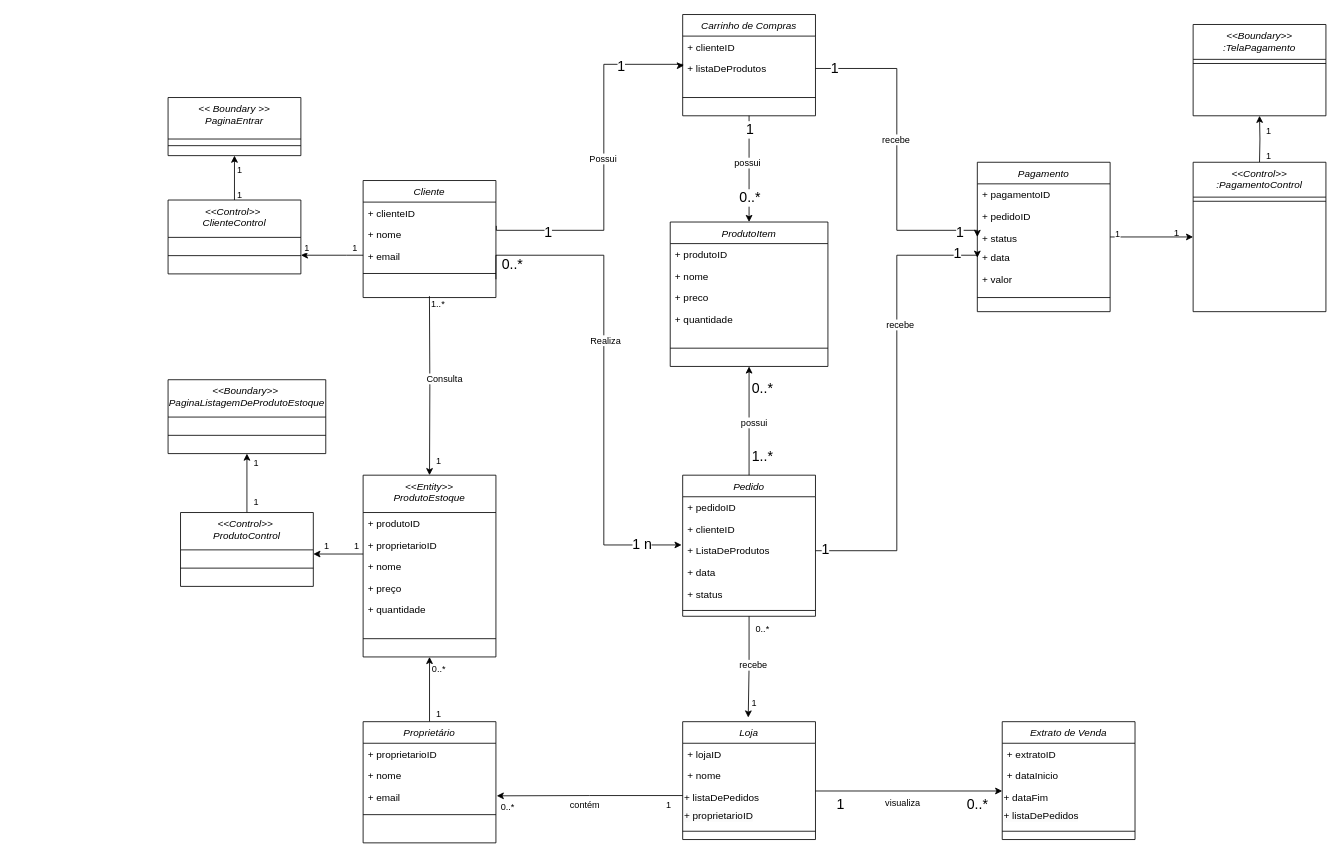
Earlier version of the draw.io diagram ModeloDominio.drawio (rxqvx/Projeto-Sistemas-Distribu-dos---Vendas-). Source tidied: cells renumbered, new cells numbered last; positions are measured from the earlier drawing's top-left corner, leaving out a move shared by most shapes. Both pictures are drawn from the tidied source at 83%, with x=0, y=0 at pixel (168, 14).
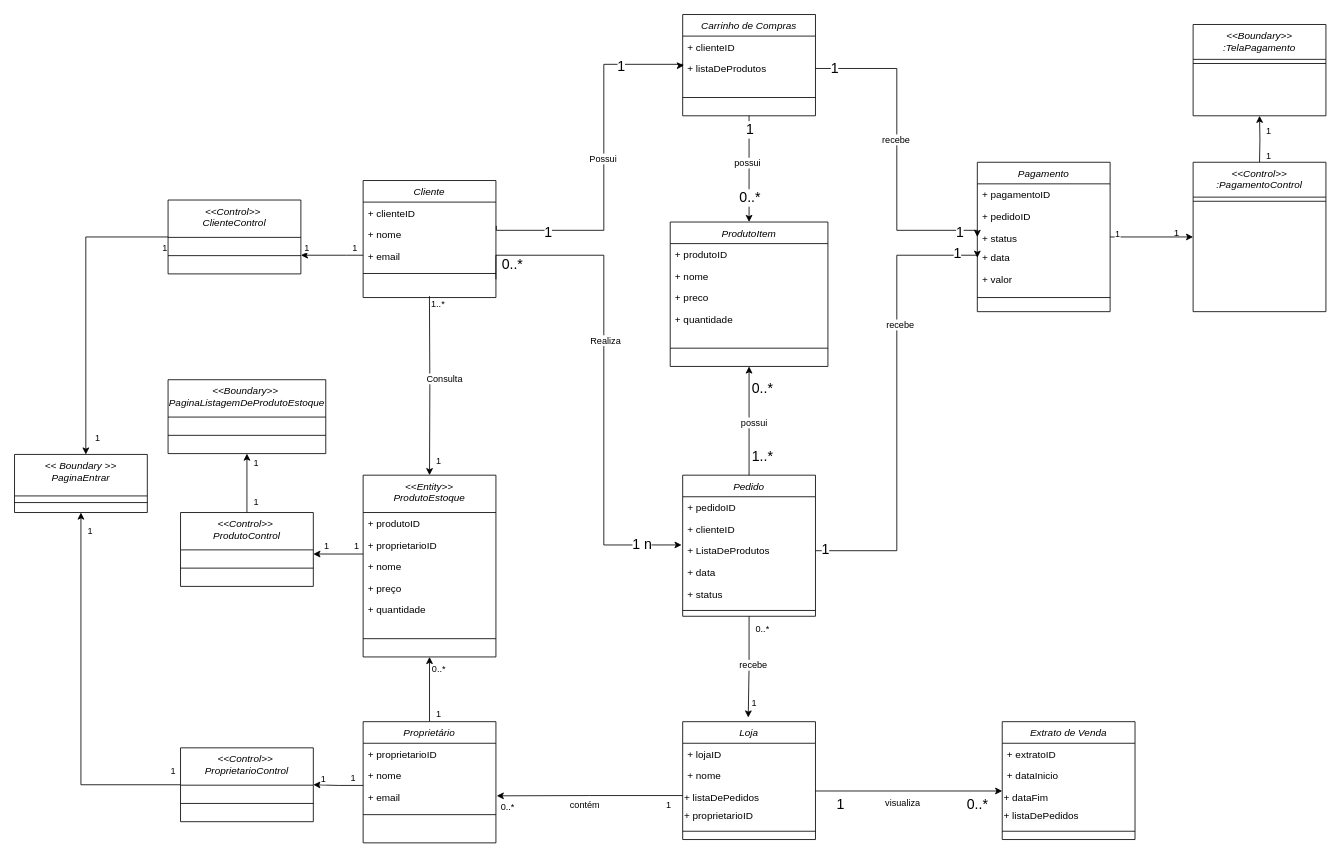
The same page after the edit.

The change refers to these unchanged cells:
```xml
<mxCell id="95" value="+ nome " style="text;align=left;verticalAlign=top;spacingLeft=4;spacingRight=4;overflow=hidden;points=[[0,0.5],[1,0.5]];portConstraint=eastwest;" parent="93" vertex="1">
  <mxGeometry y="52" width="160" height="26" as="geometry" />
</mxCell>
<mxCell id="116" value="&lt;&lt;Control&gt;&gt; &#10;ClienteControl" style="swimlane;fontStyle=2;align=center;verticalAlign=top;horizontal=1;startSize=45;rounded=0;shadow=0;strokeWidth=1;" parent="1" vertex="1">
  <mxGeometry y="223.5" width="160" height="89" as="geometry" />
</mxCell>
```

The edit, as a diff of the source:
```diff
@@
+    <mxCell id="128" style="edgeStyle=orthogonalEdgeStyle;rounded=0;jettySize=auto;html=1;exitX=0;exitY=0.954;exitDx=0;exitDy=0;exitPerimeter=0;" parent="1" edge="1" source="95" target="134">
+      <mxGeometry relative="1" as="geometry" />
+    </mxCell>
+    <mxCell id="129" value="1" style="edgeLabel;html=1;align=center;verticalAlign=middle;" parent="128" vertex="1">
+      <mxGeometry x="-0.62" y="2" relative="1" as="geometry">
+        <mxPoint y="-11" as="offset" />
+      </mxGeometry>
+    </mxCell>
+    <mxCell id="130" value="1" style="edgeLabel;html=1;align=center;verticalAlign=middle;" parent="128" vertex="1">
+      <mxGeometry x="0.61" y="1" relative="1" as="geometry">
+        <mxPoint y="-9" as="offset" />
+      </mxGeometry>
+    </mxCell>
@@
     <mxCell id="108" value="&lt;&lt; Boundary &gt;&gt;&#10;PaginaEntrar" style="swimlane;fontStyle=2;align=center;verticalAlign=top;horizontal=1;startSize=50;rounded=0;shadow=0;strokeWidth=1;" parent="1" vertex="1">
-      <mxGeometry y="100" width="160" height="70" as="geometry" />
+      <mxGeometry x="-185" y="530" width="160" height="70" as="geometry" />
     </mxCell>
@@
-    <mxCell id="113" style="edgeStyle=orthogonalEdgeStyle;rounded=0;jettySize=auto;html=1;entryX=0.5;entryY=1;entryDx=0;entryDy=0;" parent="1" edge="1" source="116" target="108">
+    <mxCell id="113" style="edgeStyle=orthogonalEdgeStyle;rounded=0;jettySize=auto;html=1;entryX=0.537;entryY=0.002;entryDx=0;entryDy=0;entryPerimeter=0;" parent="1" edge="1" source="116" target="108">
       <mxGeometry relative="1" as="geometry" />
     </mxCell>
     <mxCell id="114" value="1" style="edgeLabel;html=1;align=center;verticalAlign=middle;" parent="113" vertex="1">
       <mxGeometry x="-0.61" relative="1" as="geometry">
-        <mxPoint x="5" y="4" as="offset" />
+        <mxPoint x="65" y="12" as="offset" />
       </mxGeometry>
     </mxCell>
     <mxCell id="115" value="1" style="edgeLabel;html=1;align=center;verticalAlign=middle;" parent="113" vertex="1">
       <mxGeometry x="0.39" y="-2" relative="1" as="geometry">
-        <mxPoint x="3" as="offset" />
+        <mxPoint x="16" y="90" as="offset" />
       </mxGeometry>
     </mxCell>
@@
+    <mxCell id="131" style="edgeStyle=orthogonalEdgeStyle;rounded=0;jettySize=auto;html=1;entryX=0.5;entryY=1;entryDx=0;entryDy=0;" parent="1" edge="1" source="134" target="108">
+      <mxGeometry relative="1" as="geometry" />
+    </mxCell>
+    <mxCell id="132" value="1" style="edgeLabel;html=1;align=center;verticalAlign=middle;" parent="131" vertex="1">
+      <mxGeometry x="-0.61" relative="1" as="geometry">
+        <mxPoint x="77" y="-18" as="offset" />
+      </mxGeometry>
+    </mxCell>
+    <mxCell id="133" value="1" style="edgeLabel;html=1;align=center;verticalAlign=middle;" parent="131" vertex="1">
+      <mxGeometry x="0.39" y="-2" relative="1" as="geometry">
+        <mxPoint x="8" y="-116" as="offset" />
+      </mxGeometry>
+    </mxCell>
+    <mxCell id="134" value="&lt;&lt;Control&gt;&gt; &#10;ProprietarioControl" style="swimlane;fontStyle=2;align=center;verticalAlign=top;horizontal=1;startSize=45;rounded=0;shadow=0;strokeWidth=1;" parent="1" vertex="1">
+      <mxGeometry x="15" y="883.5" width="160" height="89" as="geometry" />
+    </mxCell>
+    <mxCell id="135" style="line;html=1;strokeWidth=1;align=left;verticalAlign=middle;spacingTop=-1;spacingLeft=3;spacingRight=3;labelPosition=right;" parent="134" vertex="1">
+      <mxGeometry y="45" width="160" height="44" as="geometry" />
+    </mxCell>
```
